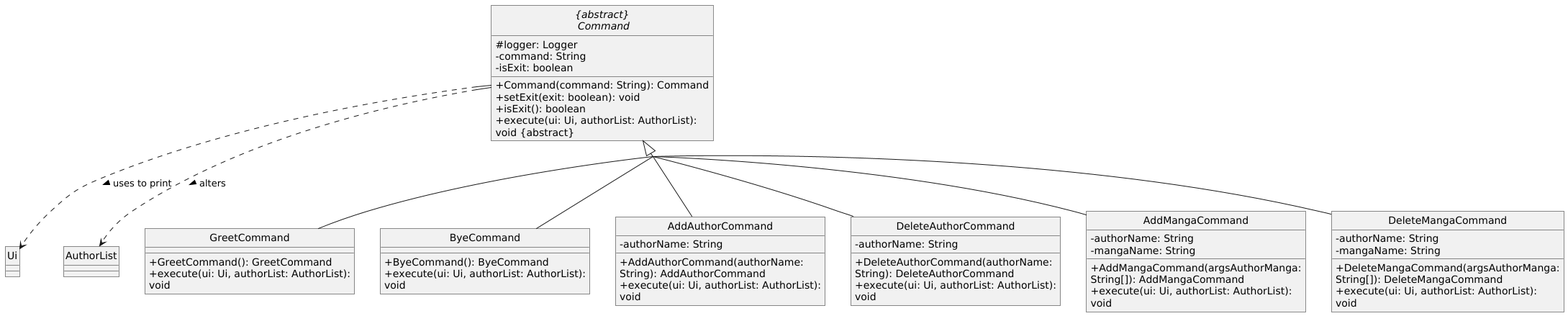
xenthm/tp keeps this PlantUML diagram as docs/uml/puml/Command/Command_One.png. Above is the earlier version. Its diagram source:
```plantuml
@startuml
!include ../.PlantUMLClass.config

abstract class Command as "{abstract}\n Command" {
    # logger: Logger
    - command: String
    - isExit: boolean
    + Command(command: String): Command
    + setExit(exit: boolean): void
    + isExit(): boolean
    + execute(ui: Ui, authorList: AuthorList): void ABSTRACT_DECORATOR
}
class Ui {
}

Command ..> Ui : uses to print >

class AuthorList {
}

Command ..> AuthorList : alters >

class GreetCommand {
    + GreetCommand(): GreetCommand
    + execute(ui: Ui, authorList: AuthorList): void
}

class ByeCommand {
    + ByeCommand(): ByeCommand
    + execute(ui: Ui, authorList: AuthorList): void
}

class AddAuthorCommand {
    - authorName: String
    + AddAuthorCommand(authorName: String): AddAuthorCommand
    + execute(ui: Ui, authorList: AuthorList): void
}

class DeleteAuthorCommand {
    - authorName: String
    + DeleteAuthorCommand(authorName: String): DeleteAuthorCommand
    + execute(ui: Ui, authorList: AuthorList): void
}

class AddMangaCommand {
    - authorName: String
    - mangaName: String
    + AddMangaCommand(argsAuthorManga: String[]): AddMangaCommand
    + execute(ui: Ui, authorList: AuthorList): void
}

class DeleteMangaCommand {
    - authorName: String
    - mangaName: String
    + DeleteMangaCommand(argsAuthorManga: String[]): DeleteMangaCommand
    + execute(ui: Ui, authorList: AuthorList): void
}



Command <|-- GreetCommand
Command <|-- ByeCommand
Command <|-- AddAuthorCommand
Command <|-- DeleteAuthorCommand
Command <|-- AddMangaCommand
Command <|-- DeleteMangaCommand

@enduml
```
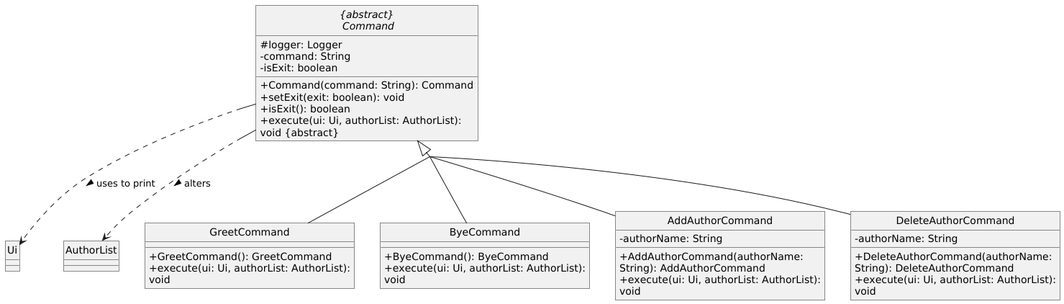
Later version of the same file.

Commit message:
Update command one

Change to the diagram source:
```diff
@@ -42,27 +42,12 @@
     + execute(ui: Ui, authorList: AuthorList): void
 }
 
-class AddMangaCommand {
-    - authorName: String
-    - mangaName: String
-    + AddMangaCommand(argsAuthorManga: String[]): AddMangaCommand
-    + execute(ui: Ui, authorList: AuthorList): void
-}
-
-class DeleteMangaCommand {
-    - authorName: String
-    - mangaName: String
-    + DeleteMangaCommand(argsAuthorManga: String[]): DeleteMangaCommand
-    + execute(ui: Ui, authorList: AuthorList): void
-}
-
 
 
 Command <|-- GreetCommand
 Command <|-- ByeCommand
 Command <|-- AddAuthorCommand
 Command <|-- DeleteAuthorCommand
-Command <|-- AddMangaCommand
-Command <|-- DeleteMangaCommand
+
 
 @enduml
```
